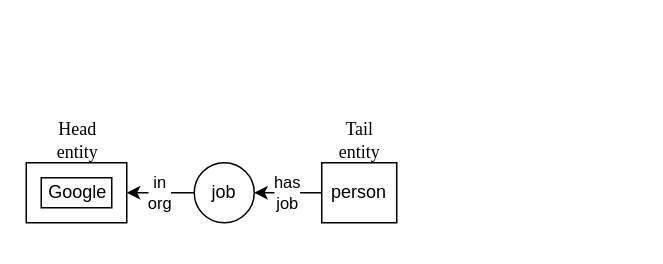
SilvesterYu/FinQA_Vis keeps this draw.io diagram as complexExample.drawio. Above is the earlier version. Source tidied: cells renumbered, new cells numbered last; positions are measured from the earlier drawing's top-left corner, leaving out a move shared by most shapes. Both pictures are drawn from the tidied source at 150%, with x=0, y=0 at pixel (26, 110).
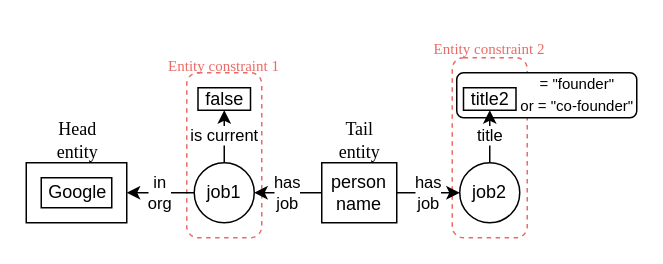
Above is the later version.

The edit, as a diff of the source:
```diff
@@
+    <mxCell id="10" style="rounded=1;whiteSpace=wrap;html=1;fontFamily=Helvetica;fontSize=10;dashed=1;strokeColor=#EA6B66;" parent="1" vertex="1">
+      <mxGeometry x="284" y="-35" width="50" height="120" as="geometry" />
+    </mxCell>
+    <mxCell id="11" style="rounded=1;whiteSpace=wrap;html=1;fontFamily=Helvetica;fontSize=10;dashed=1;strokeColor=#EA6B66;" parent="1" vertex="1">
+      <mxGeometry x="107" y="-25" width="50" height="110" as="geometry" />
+    </mxCell>
+    <mxCell id="12" style="rounded=1;whiteSpace=wrap;html=1;fontFamily=Helvetica;" parent="1" vertex="1">
+      <mxGeometry x="287" y="-25" width="120" height="30" as="geometry" />
+    </mxCell>
@@
+    <mxCell id="13" value="is current" style="edgeStyle=orthogonalEdgeStyle;rounded=0;jettySize=auto;html=1;exitX=0.5;exitY=0;exitDx=0;exitDy=0;entryX=0.5;entryY=1;entryDx=0;entryDy=0;fontFamily=Helvetica;" parent="1" edge="1" source="6" target="15">
+      <mxGeometry relative="1" as="geometry" />
+    </mxCell>
-    <mxCell id="6" value="&lt;font face=&quot;Helvetica&quot;&gt;job&lt;/font&gt;" style="ellipse;whiteSpace=wrap;html=1;fontFamily=Times New Roman;" parent="1" vertex="1">
+    <mxCell id="6" value="&lt;font face=&quot;Helvetica&quot;&gt;job1&lt;/font&gt;" style="ellipse;whiteSpace=wrap;html=1;fontFamily=Times New Roman;" parent="1" vertex="1">
       <mxGeometry x="112" y="35" width="40" height="40" as="geometry" />
     </mxCell>
@@
+    <mxCell id="14" value="has&lt;br&gt;job" style="edgeStyle=orthogonalEdgeStyle;rounded=0;jettySize=auto;html=1;exitX=1;exitY=0.5;exitDx=0;exitDy=0;entryX=0;entryY=0.5;entryDx=0;entryDy=0;fontFamily=Helvetica;" parent="1" edge="1" source="8" target="17">
+      <mxGeometry relative="1" as="geometry" />
+    </mxCell>
-    <mxCell id="8" value="person" style="rounded=0;whiteSpace=wrap;html=1;fontFamily=Helvetica;" parent="1" vertex="1">
+    <mxCell id="8" value="person&lt;br&gt;name" style="rounded=0;whiteSpace=wrap;html=1;fontFamily=Helvetica;" parent="1" vertex="1">
       <mxGeometry x="197" y="35" width="50" height="40" as="geometry" />
     </mxCell>
@@
+    <mxCell id="15" value="false" style="rounded=0;whiteSpace=wrap;html=1;fontFamily=Helvetica;" parent="1" vertex="1">
+      <mxGeometry x="114.5" y="-15" width="35" height="15" as="geometry" />
+    </mxCell>
+    <mxCell id="16" value="title" style="edgeStyle=orthogonalEdgeStyle;rounded=0;jettySize=auto;html=1;exitX=0.5;exitY=0;exitDx=0;exitDy=0;entryX=0.5;entryY=1;entryDx=0;entryDy=0;fontFamily=Helvetica;" parent="1" edge="1" source="17" target="18">
+      <mxGeometry relative="1" as="geometry" />
+    </mxCell>
+    <mxCell id="17" value="&lt;font face=&quot;Helvetica&quot;&gt;job2&lt;/font&gt;" style="ellipse;whiteSpace=wrap;html=1;fontFamily=Times New Roman;" parent="1" vertex="1">
+      <mxGeometry x="289" y="35" width="40" height="40" as="geometry" />
+    </mxCell>
+    <mxCell id="18" value="title2" style="rounded=0;whiteSpace=wrap;html=1;fontFamily=Helvetica;" parent="1" vertex="1">
+      <mxGeometry x="291.5" y="-15" width="35" height="15" as="geometry" />
+    </mxCell>
+    <mxCell id="19" value="&lt;font style=&quot;font-size: 10px;&quot;&gt;= &quot;founder&quot;&lt;br&gt;or = &quot;co-founder&quot;&lt;/font&gt;" style="text;html=1;strokeColor=none;fillColor=none;align=center;verticalAlign=middle;whiteSpace=wrap;rounded=0;fontFamily=Helvetica;" parent="1" vertex="1">
+      <mxGeometry x="326.5" y="-26" width="80.5" height="30" as="geometry" />
+    </mxCell>
+    <mxCell id="20" value="&lt;font color=&quot;#ea6b66&quot; face=&quot;Times New Roman&quot;&gt;Entity constraint 1&lt;/font&gt;" style="text;html=1;strokeColor=none;fillColor=none;align=center;verticalAlign=middle;whiteSpace=wrap;rounded=0;dashed=1;fontFamily=Helvetica;fontSize=10;" parent="1" vertex="1">
+      <mxGeometry x="87" y="-45" width="90" height="30" as="geometry" />
+    </mxCell>
+    <mxCell id="21" value="&lt;font color=&quot;#ea6b66&quot; face=&quot;Times New Roman&quot;&gt;Entity constraint 2&lt;/font&gt;" style="text;html=1;strokeColor=none;fillColor=none;align=center;verticalAlign=middle;whiteSpace=wrap;rounded=0;dashed=1;fontFamily=Helvetica;fontSize=10;" parent="1" vertex="1">
+      <mxGeometry x="264" y="-56" width="90" height="30" as="geometry" />
+    </mxCell>
```
